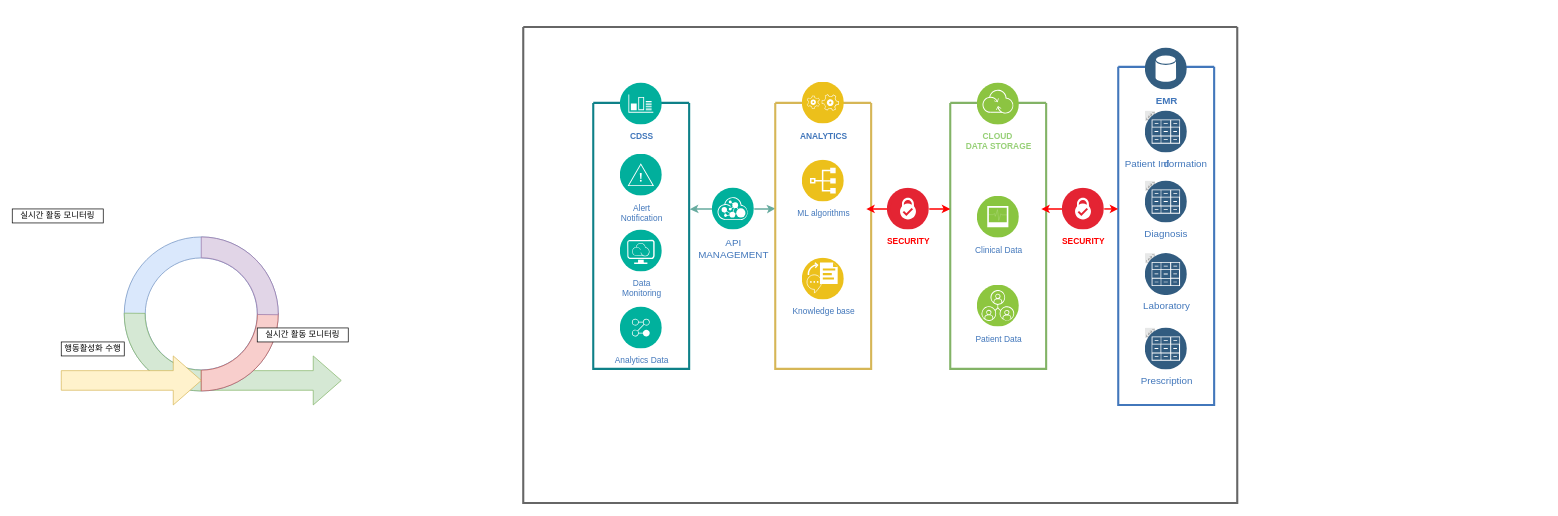
This is 제목 없는 다이어그램.drawio from menomik1011/testowl, a draw.io file, before an edit. Source tidied: cells renumbered, new cells numbered last; positions are measured from the earlier drawing's top-left corner, leaving out a move shared by most shapes. Both pictures are drawn from the tidied source at 70%, with x=0, y=0 at pixel (12, 27).
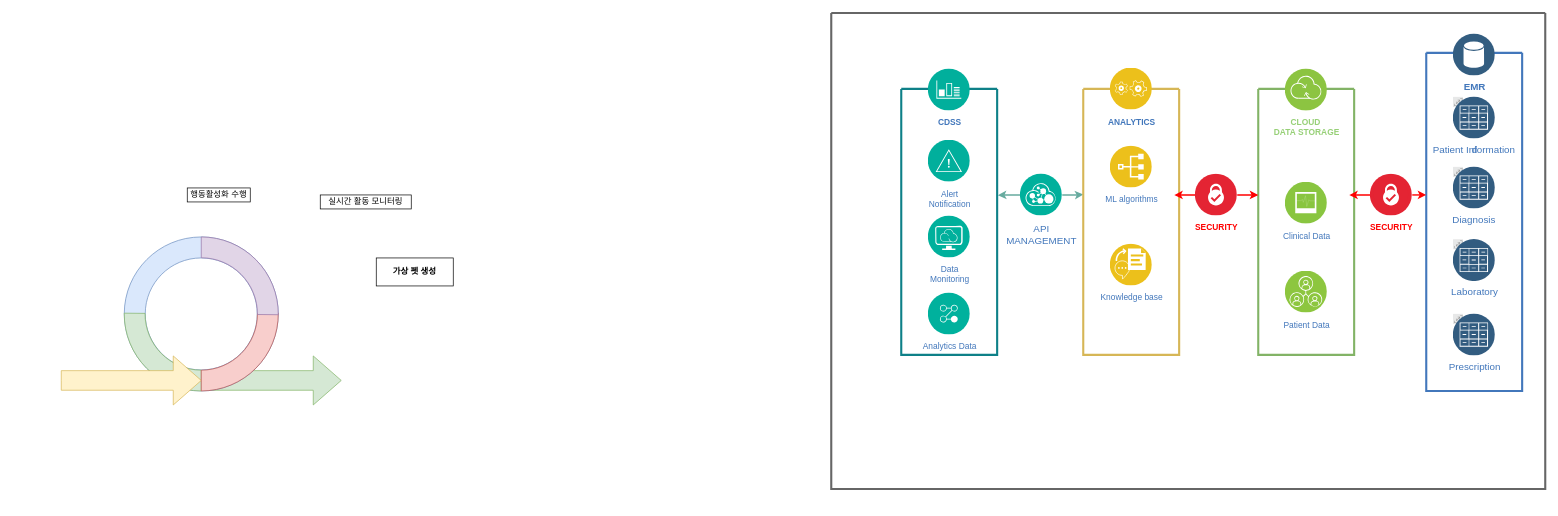
After the change.

Commit message:
제목 없는 다이어그램.drawio 업데이트

Change to the diagram source:
```diff
@@
     <mxCell id="4" style="swimlane;shadow=0;align=right;startSize=0;strokeWidth=3;fillColor=#f5f5f5;fontColor=#333333;strokeColor=#666666;" parent="1" vertex="1">
-      <mxGeometry x="730" width="1020" height="680" as="geometry" />
+      <mxGeometry x="1170" y="-20" width="1020" height="680" as="geometry" />
     </mxCell>
@@
     <mxCell id="44" value="행동활성화 수행" style="rounded=0;whiteSpace=wrap;html=1;" parent="1" vertex="1">
-      <mxGeometry x="70" y="450" width="90" height="20" as="geometry" />
+      <mxGeometry x="250" y="230" width="90" height="20" as="geometry" />
     </mxCell>
-    <mxCell id="45" value="실시간 활동 모니터링" style="rounded=0;whiteSpace=wrap;html=1;" parent="1" vertex="1">
-      <mxGeometry x="350" y="430" width="130" height="20" as="geometry" />
+    <mxCell id="45" value="가상 펫 생성" style="rounded=0;whiteSpace=wrap;html=1;fontStyle=1;" parent="1" vertex="1">
+      <mxGeometry x="520" y="330" width="110" height="40" as="geometry" />
     </mxCell>
     <mxCell id="46" value="실시간 활동 모니터링" style="rounded=0;whiteSpace=wrap;html=1;" parent="1" vertex="1">
-      <mxGeometry y="260" width="130" height="20" as="geometry" />
+      <mxGeometry x="440" y="240" width="130" height="20" as="geometry" />
     </mxCell>
```
